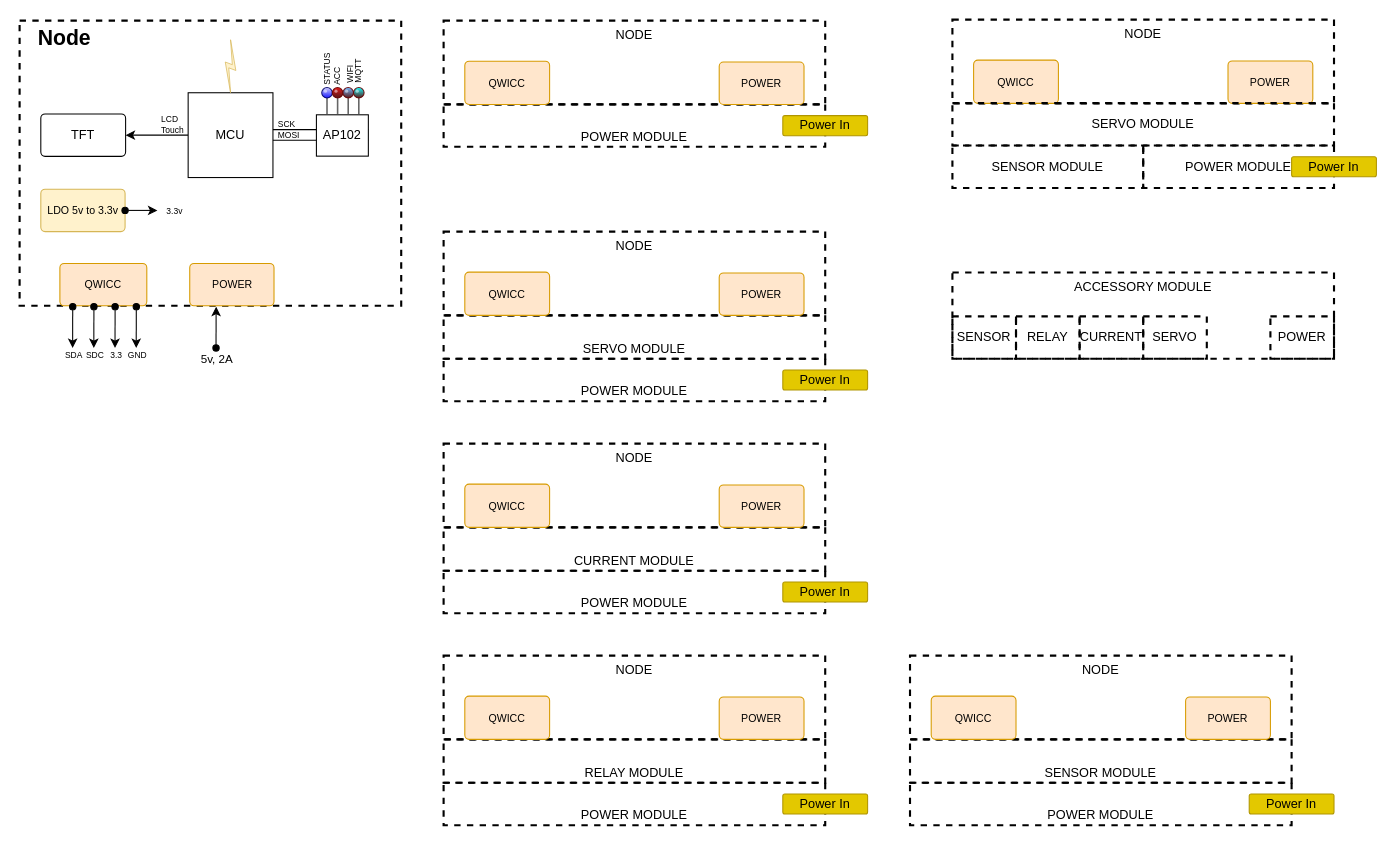
Before: page "Modular Design" (5 of 8) of system_design.drawio in crgmakes/aquarius-design, a draw.io diagram. Source tidied: cells renumbered, new cells numbered last; positions are measured from the earlier drawing's top-left corner, leaving out a move shared by most shapes. Both pictures are drawn from the tidied source at 106%, with x=0, y=0 at pixel (19, 19).
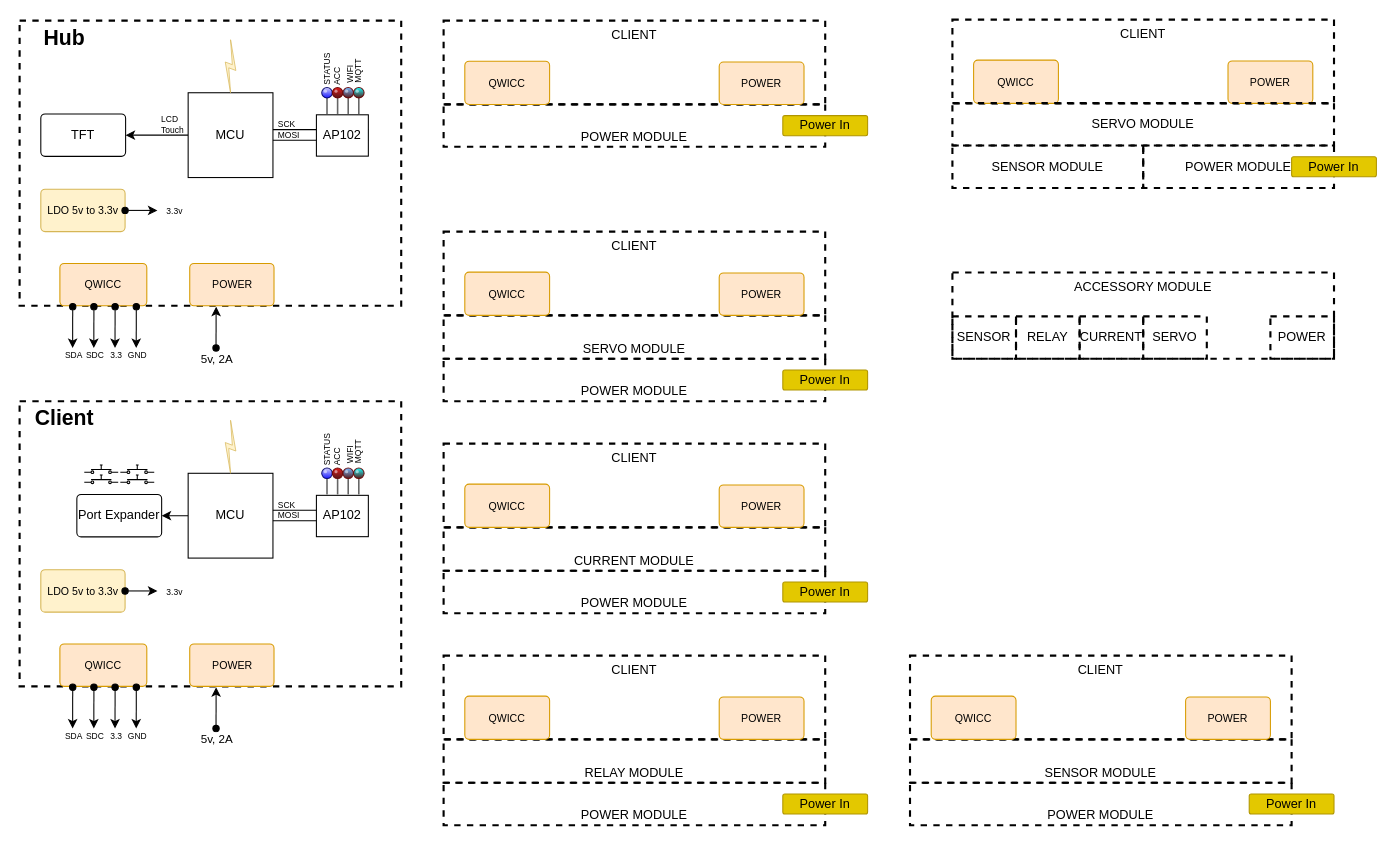
The same diagram, later.

What changed in the source:
```diff
@@
-    <mxCell id="11" value="Node" style="text;html=1;strokeColor=none;fillColor=none;align=center;verticalAlign=middle;whiteSpace=wrap;rounded=0;fontSize=20;fontStyle=1;" parent="1" vertex="1">
+    <mxCell id="11" value="Hub" style="text;html=1;strokeColor=none;fillColor=none;align=center;verticalAlign=middle;whiteSpace=wrap;rounded=0;fontSize=20;fontStyle=1;" parent="1" vertex="1">
       <mxGeometry y="1" width="85" height="30" as="geometry" />
     </mxCell>
@@
-    <mxCell id="39" value="NODE" style="rounded=0;whiteSpace=wrap;html=1;fillColor=none;dashed=1;strokeWidth=2;align=center;verticalAlign=top;" parent="1" vertex="1">
+    <mxCell id="39" value="CLIENT" style="rounded=0;whiteSpace=wrap;html=1;fillColor=none;dashed=1;strokeWidth=2;align=center;verticalAlign=top;" parent="1" vertex="1">
       <mxGeometry x="400" y="1" width="360" height="79" as="geometry" />
     </mxCell>
-    <mxCell id="40" value="NODE" style="rounded=0;whiteSpace=wrap;html=1;fillColor=none;dashed=1;strokeWidth=2;align=center;verticalAlign=top;" parent="1" vertex="1">
+    <mxCell id="40" value="CLIENT" style="rounded=0;whiteSpace=wrap;html=1;fillColor=none;dashed=1;strokeWidth=2;align=center;verticalAlign=top;" parent="1" vertex="1">
       <mxGeometry x="400" y="200" width="360" height="79" as="geometry" />
     </mxCell>
@@
-    <mxCell id="44" value="NODE" style="rounded=0;whiteSpace=wrap;html=1;fillColor=none;dashed=1;strokeWidth=2;align=center;verticalAlign=top;" parent="1" vertex="1">
+    <mxCell id="44" value="CLIENT" style="rounded=0;whiteSpace=wrap;html=1;fillColor=none;dashed=1;strokeWidth=2;align=center;verticalAlign=top;" parent="1" vertex="1">
       <mxGeometry x="400" y="400" width="360" height="79" as="geometry" />
     </mxCell>
@@
-    <mxCell id="48" value="NODE" style="rounded=0;whiteSpace=wrap;html=1;fillColor=none;dashed=1;strokeWidth=2;align=center;verticalAlign=top;" parent="1" vertex="1">
+    <mxCell id="48" value="CLIENT" style="rounded=0;whiteSpace=wrap;html=1;fillColor=none;dashed=1;strokeWidth=2;align=center;verticalAlign=top;" parent="1" vertex="1">
       <mxGeometry x="400" y="600" width="360" height="79" as="geometry" />
     </mxCell>
@@
-    <mxCell id="62" value="NODE" style="rounded=0;whiteSpace=wrap;html=1;fillColor=none;dashed=1;strokeWidth=2;align=center;verticalAlign=top;" parent="1" vertex="1">
+    <mxCell id="62" value="CLIENT" style="rounded=0;whiteSpace=wrap;html=1;fillColor=none;dashed=1;strokeWidth=2;align=center;verticalAlign=top;" parent="1" vertex="1">
       <mxGeometry x="840" y="600" width="360" height="79" as="geometry" />
     </mxCell>
@@
-    <mxCell id="68" value="NODE" style="rounded=0;whiteSpace=wrap;html=1;fillColor=none;dashed=1;strokeWidth=2;align=center;verticalAlign=top;" parent="1" vertex="1">
+    <mxCell id="68" value="CLIENT" style="rounded=0;whiteSpace=wrap;html=1;fillColor=none;dashed=1;strokeWidth=2;align=center;verticalAlign=top;" parent="1" vertex="1">
       <mxGeometry x="880" width="360" height="79" as="geometry" />
     </mxCell>
@@
+    <mxCell id="81" style="rounded=0;whiteSpace=wrap;html=1;fillColor=none;dashed=1;strokeWidth=2;" parent="1" vertex="1">
+      <mxGeometry y="360" width="360" height="269" as="geometry" />
+    </mxCell>
+    <mxCell id="82" style="edgeStyle=orthogonalEdgeStyle;rounded=0;jettySize=auto;html=1;" parent="1" edge="1" source="83" target="115">
+      <mxGeometry relative="1" as="geometry" />
+    </mxCell>
+    <mxCell id="83" value="MCU" style="whiteSpace=wrap;html=1;" parent="1" vertex="1">
+      <mxGeometry x="159" y="428" width="80" height="80" as="geometry" />
+    </mxCell>
+    <mxCell id="84" style="verticalAlign=top;verticalLabelPosition=bottom;labelPosition=center;align=center;html=1;fillColor=#fff2cc;strokeColor=#d6b656;gradientDirection=north;strokeWidth=2;shape=mxgraph.networks.comm_link;" parent="1" vertex="1">
+      <mxGeometry x="194" y="378" width="10" height="50" as="geometry" />
+    </mxCell>
+    <mxCell id="85" style="endArrow=none;html=1;rounded=0;exitX=1;exitY=0.75;exitDx=0;exitDy=0;" parent="1" edge="1">
+      <mxGeometry relative="1" as="geometry">
+        <mxPoint x="239" y="462.8" as="sourcePoint" />
+        <mxPoint x="329" y="462.8" as="targetPoint" />
+      </mxGeometry>
+    </mxCell>
+    <mxCell id="86" style="endArrow=none;html=1;rounded=0;exitX=1;exitY=0.75;exitDx=0;exitDy=0;" parent="1" edge="1">
+      <mxGeometry relative="1" as="geometry">
+        <mxPoint x="239" y="472.8" as="sourcePoint" />
+        <mxPoint x="329" y="472.8" as="targetPoint" />
+      </mxGeometry>
+    </mxCell>
+    <mxCell id="87" value="SCK" style="text;html=1;strokeColor=none;fillColor=none;align=left;verticalAlign=middle;whiteSpace=wrap;rounded=0;spacing=0;fontSize=8;rotation=0;" parent="1" vertex="1">
+      <mxGeometry x="244" y="452.8" width="30" height="10" as="geometry" />
+    </mxCell>
+    <mxCell id="88" value="MOSI" style="text;html=1;strokeColor=none;fillColor=none;align=left;verticalAlign=middle;whiteSpace=wrap;rounded=0;spacing=0;fontSize=8;rotation=0;" parent="1" vertex="1">
+      <mxGeometry x="244" y="462.8" width="30" height="10" as="geometry" />
+    </mxCell>
+    <mxCell id="89" value="Client" style="text;html=1;strokeColor=none;fillColor=none;align=center;verticalAlign=middle;whiteSpace=wrap;rounded=0;fontSize=20;fontStyle=1;" parent="1" vertex="1">
+      <mxGeometry y="360" width="85" height="30" as="geometry" />
+    </mxCell>
+    <mxCell id="90" style="group;" parent="1" vertex="1">
+      <mxGeometry x="280" y="379" width="49" height="107.8" as="geometry" />
+    </mxCell>
+    <mxCell id="91" value="AP102" style="whiteSpace=wrap;html=1;" parent="90" vertex="1">
+      <mxGeometry y="69.8" width="49" height="39" as="geometry" />
+    </mxCell>
+    <mxCell id="92" style="verticalLabelPosition=top;html=1;shadow=0;dashed=0;verticalAlign=bottom;strokeWidth=1;shape=mxgraph.ios.iPin;fillColor2=#ccccff;fillColor3=#0000ff;strokeColor=#000066;" parent="90" vertex="1">
+      <mxGeometry x="5" y="44" width="10" height="25" as="geometry" />
+    </mxCell>
+    <mxCell id="93" style="verticalLabelPosition=top;html=1;shadow=0;dashed=0;verticalAlign=bottom;strokeWidth=1;shape=mxgraph.ios.iPin;fillColor2=#dd0000;fillColor3=#440000;strokeColor=#660000;" parent="90" vertex="1">
+      <mxGeometry x="15" y="44" width="10" height="25" as="geometry" />
+    </mxCell>
+    <mxCell id="94" value="STATUS" style="text;html=1;strokeColor=none;fillColor=none;align=left;verticalAlign=middle;whiteSpace=wrap;rounded=0;spacing=0;fontSize=8;rotation=-90;" parent="90" vertex="1">
+      <mxGeometry x="-10" y="17" width="40" height="10" as="geometry" />
+    </mxCell>
+    <mxCell id="95" value="ACC" style="text;html=1;strokeColor=none;fillColor=none;align=left;verticalAlign=middle;whiteSpace=wrap;rounded=0;spacing=0;fontSize=8;rotation=-90;" parent="90" vertex="1">
+      <mxGeometry y="17" width="40" height="10" as="geometry" />
+    </mxCell>
+    <mxCell id="96" value="MQTT" style="text;html=1;strokeColor=none;fillColor=none;align=left;verticalAlign=middle;whiteSpace=wrap;rounded=0;spacing=0;fontSize=8;rotation=-90;" parent="90" vertex="1">
+      <mxGeometry x="20" y="15" width="40" height="10" as="geometry" />
+    </mxCell>
+    <mxCell id="97" style="verticalLabelPosition=top;html=1;shadow=0;dashed=0;verticalAlign=bottom;strokeWidth=1;shape=mxgraph.ios.iPin;fillColor2=#00FFFF;fillColor3=#440000;strokeColor=#660000;" parent="90" vertex="1">
+      <mxGeometry x="35" y="44" width="10" height="25" as="geometry" />
+    </mxCell>
+    <mxCell id="98" value="WIFI" style="text;html=1;strokeColor=none;fillColor=none;align=left;verticalAlign=middle;whiteSpace=wrap;rounded=0;spacing=0;fontSize=8;rotation=-90;" parent="90" vertex="1">
+      <mxGeometry x="12" y="15" width="40" height="10" as="geometry" />
+    </mxCell>
+    <mxCell id="99" style="verticalLabelPosition=top;html=1;shadow=0;dashed=0;verticalAlign=bottom;strokeWidth=1;shape=mxgraph.ios.iPin;fillColor2=#66B2FF;fillColor3=#440000;strokeColor=#660000;" parent="90" vertex="1">
+      <mxGeometry x="25" y="44" width="10" height="25" as="geometry" />
+    </mxCell>
+    <mxCell id="100" value="QWICC" style="rounded=1;arcSize=10;whiteSpace=wrap;html=1;align=center;fillColor=#ffe6cc;strokeColor=#d79b00;fontSize=10;" parent="1" vertex="1">
+      <mxGeometry x="38" y="589" width="82" height="40" as="geometry" />
+    </mxCell>
+    <mxCell id="101" value="POWER" style="rounded=1;arcSize=10;whiteSpace=wrap;html=1;align=center;fillColor=#ffe6cc;strokeColor=#d79b00;fontSize=10;" parent="1" vertex="1">
+      <mxGeometry x="160.5" y="589" width="79.5" height="40" as="geometry" />
+    </mxCell>
+    <mxCell id="102" style="endArrow=classic;html=1;rounded=0;startArrow=oval;startFill=1;exitX=0.222;exitY=1.001;exitDx=0;exitDy=0;exitPerimeter=0;" parent="1" edge="1">
+      <mxGeometry relative="1" as="geometry">
+        <mxPoint x="185.3" y="668.8" as="sourcePoint" />
+        <mxPoint x="185.4" y="629.8" as="targetPoint" />
+      </mxGeometry>
+    </mxCell>
+    <mxCell id="103" value="5v, 2A" style="edgeLabel;html=1;align=center;verticalAlign=middle;" parent="102" vertex="1">
+      <mxGeometry x="0.73" relative="1" as="geometry">
+        <mxPoint y="44" as="offset" />
+      </mxGeometry>
+    </mxCell>
+    <mxCell id="104" style="endArrow=classic;html=1;rounded=0;startArrow=oval;startFill=1;exitX=0.222;exitY=1.001;exitDx=0;exitDy=0;exitPerimeter=0;fontSize=8;" parent="1" edge="1">
+      <mxGeometry relative="1" as="geometry">
+        <mxPoint x="50.1" y="629.8" as="sourcePoint" />
+        <mxPoint x="50" y="668.8" as="targetPoint" />
+      </mxGeometry>
+    </mxCell>
+    <mxCell id="105" value="SDA" style="edgeLabel;html=1;align=center;verticalAlign=middle;fontSize=8;" parent="104" vertex="1">
+      <mxGeometry x="0.73" relative="1" as="geometry">
+        <mxPoint y="12" as="offset" />
+      </mxGeometry>
+    </mxCell>
+    <mxCell id="106" style="endArrow=classic;html=1;rounded=0;startArrow=oval;startFill=1;exitX=0.222;exitY=1.001;exitDx=0;exitDy=0;exitPerimeter=0;fontSize=8;" parent="1" edge="1">
+      <mxGeometry relative="1" as="geometry">
+        <mxPoint x="70.1" y="629.8" as="sourcePoint" />
+        <mxPoint x="70" y="668.8" as="targetPoint" />
+      </mxGeometry>
+    </mxCell>
+    <mxCell id="107" value="SDC" style="edgeLabel;html=1;align=center;verticalAlign=middle;fontSize=8;" parent="106" vertex="1">
+      <mxGeometry x="0.73" relative="1" as="geometry">
+        <mxPoint y="12" as="offset" />
+      </mxGeometry>
+    </mxCell>
+    <mxCell id="108" style="endArrow=classic;html=1;rounded=0;startArrow=oval;startFill=1;exitX=0.222;exitY=1.001;exitDx=0;exitDy=0;exitPerimeter=0;fontSize=8;" parent="1" edge="1">
+      <mxGeometry relative="1" as="geometry">
+        <mxPoint x="90.1" y="629.8" as="sourcePoint" />
+        <mxPoint x="90" y="668.8" as="targetPoint" />
+      </mxGeometry>
+    </mxCell>
+    <mxCell id="109" value="3.3" style="edgeLabel;html=1;align=center;verticalAlign=middle;fontSize=8;" parent="108" vertex="1">
+      <mxGeometry x="0.73" relative="1" as="geometry">
+        <mxPoint y="12" as="offset" />
+      </mxGeometry>
+    </mxCell>
+    <mxCell id="110" style="endArrow=classic;html=1;rounded=0;startArrow=oval;startFill=1;exitX=0.222;exitY=1.001;exitDx=0;exitDy=0;exitPerimeter=0;fontSize=8;" parent="1" edge="1">
+      <mxGeometry relative="1" as="geometry">
+        <mxPoint x="110.1" y="629.8" as="sourcePoint" />
+        <mxPoint x="110" y="668.8" as="targetPoint" />
+      </mxGeometry>
+    </mxCell>
+    <mxCell id="111" value="GND" style="edgeLabel;html=1;align=center;verticalAlign=middle;fontSize=8;" parent="110" vertex="1">
+      <mxGeometry x="0.73" relative="1" as="geometry">
+        <mxPoint y="12" as="offset" />
+      </mxGeometry>
+    </mxCell>
+    <mxCell id="112" value="LDO 5v to 3.3v" style="rounded=1;arcSize=10;whiteSpace=wrap;html=1;align=center;fillColor=#fff2cc;strokeColor=#d6b656;fontSize=10;" parent="1" vertex="1">
+      <mxGeometry x="20" y="519" width="79.5" height="40" as="geometry" />
+    </mxCell>
+    <mxCell id="113" style="endArrow=classic;html=1;rounded=0;startArrow=oval;startFill=1;fontSize=8;exitX=1;exitY=0.5;exitDx=0;exitDy=0;" parent="1" edge="1" source="112">
+      <mxGeometry relative="1" as="geometry">
+        <mxPoint x="130" y="539" as="targetPoint" />
+      </mxGeometry>
+    </mxCell>
+    <mxCell id="114" value="3.3v" style="edgeLabel;html=1;align=center;verticalAlign=middle;fontSize=8;" parent="113" vertex="1">
+      <mxGeometry x="0.73" relative="1" as="geometry">
+        <mxPoint x="20" as="offset" />
+      </mxGeometry>
+    </mxCell>
+    <mxCell id="115" value="Port Expander" style="rounded=1;arcSize=10;whiteSpace=wrap;html=1;align=center;" parent="1" vertex="1">
+      <mxGeometry x="54" y="448" width="80" height="40" as="geometry" />
+    </mxCell>
+    <mxCell id="116" style="html=1;shape=mxgraph.electrical.electro-mechanical.pushbutton;elSwitchState=off;" parent="1" vertex="1">
+      <mxGeometry x="61" y="420.2" width="32" height="8.5" as="geometry" />
+    </mxCell>
+    <mxCell id="117" style="html=1;shape=mxgraph.electrical.electro-mechanical.pushbutton;elSwitchState=off;" parent="1" vertex="1">
+      <mxGeometry x="61" y="429.7" width="32" height="8.5" as="geometry" />
+    </mxCell>
+    <mxCell id="118" style="html=1;shape=mxgraph.electrical.electro-mechanical.pushbutton;elSwitchState=off;" parent="1" vertex="1">
+      <mxGeometry x="95" y="420.2" width="32" height="8.5" as="geometry" />
+    </mxCell>
+    <mxCell id="119" style="html=1;shape=mxgraph.electrical.electro-mechanical.pushbutton;elSwitchState=off;" parent="1" vertex="1">
+      <mxGeometry x="95" y="429.7" width="32" height="8.5" as="geometry" />
+    </mxCell>
```
